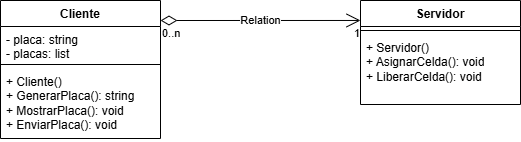
Srzlays/Parking-lot----Dynamic-Libraries keeps this draw.io diagram as umlParqueadero.png. Above is the earlier version. Source tidied: cells renumbered, new cells last; positions are measured from the earlier drawing's top-left corner, leaving out a move shared by most shapes.
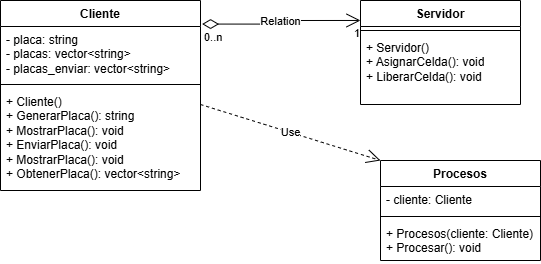
Later version of the same file.

Commit message:
actualizacion uml

What changed in the source:
```diff
@@ -11,10 +11,8 @@
     <mxCell id="4" value="&lt;div&gt;+ Servidor()&lt;/div&gt;+ AsignarCelda(): void&lt;div&gt;+ LiberarCelda(): void&lt;/div&gt;" style="text;strokeColor=none;fillColor=none;align=left;verticalAlign=top;spacingLeft=4;spacingRight=4;overflow=hidden;whiteSpace=wrap;html=1;" parent="2" vertex="1">
       <mxGeometry y="34" width="160" height="70" as="geometry" />
     </mxCell>
-    <mxCell id="5" value="Relation" style="endArrow=open;html=1;endSize=12;startArrow=diamondThin;startSize=14;startFill=0;edgeStyle=orthogonalEdgeStyle;rounded=0;entryX=0;entryY=0.192;entryDx=0;entryDy=0;entryPerimeter=0;" parent="1" edge="1" target="2">
-      <mxGeometry relative="1" as="geometry">
-        <mxPoint x="160" y="20" as="sourcePoint" />
-      </mxGeometry>
+    <mxCell id="5" value="Relation" style="endArrow=open;html=1;endSize=12;startArrow=diamondThin;startSize=14;startFill=0;edgeStyle=orthogonalEdgeStyle;rounded=0;entryX=0;entryY=0.192;entryDx=0;entryDy=0;entryPerimeter=0;exitX=1.008;exitY=0.124;exitDx=0;exitDy=0;exitPerimeter=0;" parent="1" edge="1" source="8" target="2">
+      <mxGeometry relative="1" as="geometry" />
     </mxCell>
     <mxCell id="6" value="0..n" style="edgeLabel;html=1;align=left;verticalAlign=top;" parent="5" vertex="1">
       <mxGeometry x="-1" relative="1" as="geometry" />
@@ -23,16 +21,33 @@
       <mxGeometry x="1" relative="1" as="geometry" />
     </mxCell>
     <mxCell id="8" value="Cliente" style="swimlane;fontStyle=1;align=center;verticalAlign=top;horizontal=1;startSize=26;whiteSpace=wrap;html=1;" parent="1" vertex="1">
-      <mxGeometry width="160" height="138" as="geometry" />
+      <mxGeometry width="200" height="190" as="geometry" />
     </mxCell>
-    <mxCell id="9" value="- placa: string&lt;div&gt;- placas: list&lt;/div&gt;" style="text;strokeColor=none;fillColor=none;align=left;verticalAlign=top;spacingLeft=4;spacingRight=4;overflow=hidden;whiteSpace=wrap;html=1;" parent="8" vertex="1">
-      <mxGeometry y="26" width="160" height="34" as="geometry" />
+    <mxCell id="9" value="- placa: string&lt;div&gt;- placas: vector&amp;lt;string&amp;gt;&lt;/div&gt;&lt;div&gt;- placas_enviar: vector&amp;lt;string&amp;gt;&lt;/div&gt;" style="text;strokeColor=none;fillColor=none;align=left;verticalAlign=top;spacingLeft=4;spacingRight=4;overflow=hidden;whiteSpace=wrap;html=1;" parent="8" vertex="1">
+      <mxGeometry y="26" width="200" height="54" as="geometry" />
     </mxCell>
     <mxCell id="10" style="line;strokeWidth=1;fillColor=none;align=left;verticalAlign=middle;spacingTop=-1;spacingLeft=3;spacingRight=3;labelPosition=right;strokeColor=inherit;" parent="8" vertex="1">
-      <mxGeometry y="60" width="160" height="8" as="geometry" />
+      <mxGeometry y="80" width="200" height="8" as="geometry" />
     </mxCell>
-    <mxCell id="11" value="+ Cliente()&lt;div&gt;+ GenerarPlaca(): string&lt;/div&gt;&lt;div&gt;+ MostrarPlaca(): void&lt;/div&gt;&lt;div&gt;+ EnviarPlaca(): void&lt;/div&gt;&lt;div&gt;&lt;br&gt;&lt;/div&gt;&lt;div&gt;&lt;br&gt;&lt;/div&gt;" style="text;strokeColor=none;fillColor=none;align=left;verticalAlign=top;spacingLeft=4;spacingRight=4;overflow=hidden;whiteSpace=wrap;html=1;" parent="8" vertex="1">
-      <mxGeometry y="68" width="160" height="70" as="geometry" />
+    <mxCell id="11" value="+ Cliente()&lt;div&gt;+ GenerarPlaca(): string&lt;/div&gt;&lt;div&gt;+ MostrarPlaca(): void&lt;/div&gt;&lt;div&gt;+ EnviarPlaca(): void&lt;/div&gt;&lt;div&gt;+ MostrarPlaca(): void&lt;/div&gt;&lt;div&gt;+ ObtenerPlaca(): vector&amp;lt;string&amp;gt;&lt;/div&gt;&lt;div&gt;&lt;br&gt;&lt;/div&gt;&lt;div&gt;&lt;br&gt;&lt;/div&gt;" style="text;strokeColor=none;fillColor=none;align=left;verticalAlign=top;spacingLeft=4;spacingRight=4;overflow=hidden;whiteSpace=wrap;html=1;" parent="8" vertex="1">
+      <mxGeometry y="88" width="200" height="102" as="geometry" />
     </mxCell>
+    <mxCell id="12" value="Procesos" style="swimlane;fontStyle=1;align=center;verticalAlign=top;horizontal=1;startSize=26;whiteSpace=wrap;html=1;" parent="1" vertex="1">
+      <mxGeometry x="380" y="160" width="160" height="100" as="geometry" />
+    </mxCell>
+    <mxCell id="13" value="- cliente: Cliente" style="text;strokeColor=none;fillColor=none;align=left;verticalAlign=top;spacingLeft=4;spacingRight=4;overflow=hidden;whiteSpace=wrap;html=1;" parent="12" vertex="1">
+      <mxGeometry y="26" width="160" height="26" as="geometry" />
+    </mxCell>
+    <mxCell id="14" style="line;strokeWidth=1;fillColor=none;align=left;verticalAlign=middle;spacingTop=-1;spacingLeft=3;spacingRight=3;labelPosition=right;strokeColor=inherit;" parent="12" vertex="1">
+      <mxGeometry y="52" width="160" height="8" as="geometry" />
+    </mxCell>
+    <mxCell id="15" value="+ Procesos(cliente: Cliente)&lt;div&gt;+ Procesar(): void&lt;/div&gt;" style="text;strokeColor=none;fillColor=none;align=left;verticalAlign=top;spacingLeft=4;spacingRight=4;overflow=hidden;whiteSpace=wrap;html=1;" parent="12" vertex="1">
+      <mxGeometry y="60" width="160" height="40" as="geometry" />
+    </mxCell>
+    <mxCell id="16" value="Use" style="endArrow=open;endSize=12;dashed=1;html=1;rounded=0;entryX=0;entryY=0;entryDx=0;entryDy=0;" parent="1" edge="1" target="12">
+      <mxGeometry relative="1" as="geometry">
+        <mxPoint x="200" y="104" as="sourcePoint" />
+      </mxGeometry>
+    </mxCell>
   </root>
 </mxGraphModel>
```
